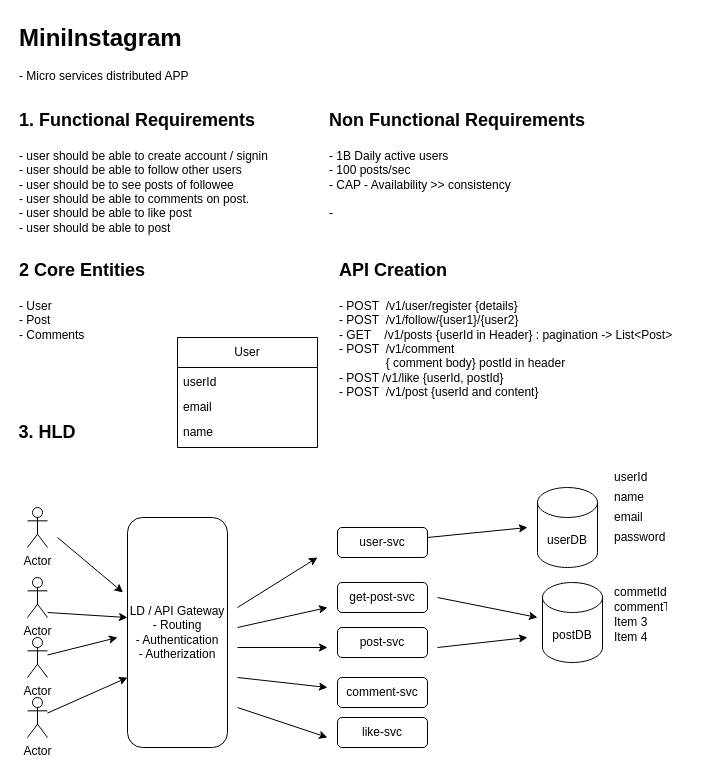
This is my-services.drawio from dksainivkd/new_repo, a draw.io file, before an edit. Source tidied: cells renumbered, new cells numbered last; positions are measured from the earlier drawing's top-left corner, leaving out a move shared by most shapes. Both pictures are drawn from the tidied source at 100%, with x=0, y=0 at pixel (17, 17).
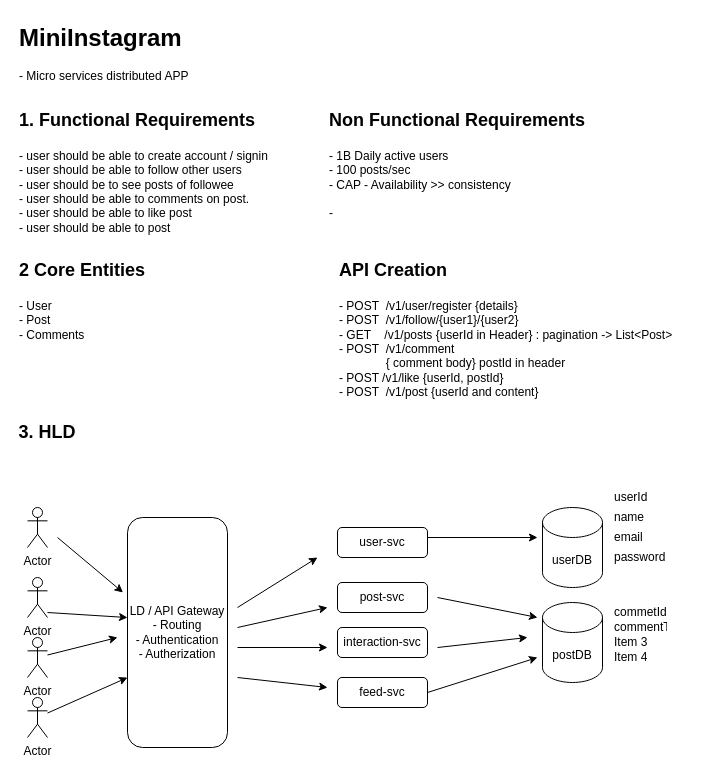
Above is the later version.

Change to the diagram source:
```diff
@@
-    <mxCell id="14" value="post-svc" style="rounded=1;whiteSpace=wrap;html=1;" parent="1" vertex="1">
+    <mxCell id="14" value="interaction-svc" style="rounded=1;whiteSpace=wrap;html=1;" parent="1" vertex="1">
       <mxGeometry x="320" y="610" width="90" height="30" as="geometry" />
     </mxCell>
-    <mxCell id="15" value="get-post-svc" style="rounded=1;whiteSpace=wrap;html=1;" parent="1" vertex="1">
+    <mxCell id="15" value="post-svc" style="rounded=1;whiteSpace=wrap;html=1;" parent="1" vertex="1">
       <mxGeometry x="320" y="565" width="90" height="30" as="geometry" />
     </mxCell>
-    <mxCell id="16" value="comment-svc" style="rounded=1;whiteSpace=wrap;html=1;" parent="1" vertex="1">
+    <mxCell id="16" value="feed-svc" style="rounded=1;whiteSpace=wrap;html=1;" parent="1" vertex="1">
       <mxGeometry x="320" y="660" width="90" height="30" as="geometry" />
     </mxCell>
-    <mxCell id="17" value="like-svc" style="rounded=1;whiteSpace=wrap;html=1;" parent="1" vertex="1">
-      <mxGeometry x="320" y="700" width="90" height="30" as="geometry" />
-    </mxCell>
@@
-    <mxCell id="26" style="endArrow=classic;html=1;rounded=0;" parent="1" edge="1">
-      <mxGeometry relative="1" as="geometry">
-        <mxPoint x="220" y="690" as="sourcePoint" />
-        <mxPoint x="310" y="720" as="targetPoint" />
-      </mxGeometry>
-    </mxCell>
     <mxCell id="27" value="userDB" style="shape=cylinder3;whiteSpace=wrap;html=1;boundedLbl=1;backgroundOutline=1;size=15;" parent="1" vertex="1">
-      <mxGeometry x="520" y="470" width="60" height="80" as="geometry" />
+      <mxGeometry x="525" y="490" width="60" height="80" as="geometry" />
     </mxCell>
     <mxCell id="28" style="endArrow=classic;html=1;rounded=0;" parent="1" edge="1">
       <mxGeometry relative="1" as="geometry">
         <mxPoint x="410" y="520" as="sourcePoint" />
-        <mxPoint x="510" y="510" as="targetPoint" />
+        <mxPoint x="520" y="520" as="targetPoint" />
       </mxGeometry>
     </mxCell>
     <mxCell id="29" value="postDB" style="shape=cylinder3;whiteSpace=wrap;html=1;boundedLbl=1;backgroundOutline=1;size=15;" parent="1" vertex="1">
-      <mxGeometry x="525" y="565" width="60" height="80" as="geometry" />
+      <mxGeometry x="525" y="585" width="60" height="80" as="geometry" />
     </mxCell>
@@
-    <mxCell id="32" value="User" style="swimlane;fontStyle=0;horizontal=1;startSize=30;whiteSpace=wrap;html=1;" parent="1" vertex="1">
-      <mxGeometry x="160" y="320" width="140" height="110" as="geometry" />
-    </mxCell>
-    <mxCell id="33" value="userId" style="text;strokeColor=none;fillColor=none;align=left;verticalAlign=middle;spacingLeft=4;spacingRight=4;overflow=hidden;whiteSpace=wrap;html=1;" parent="32" vertex="1">
-      <mxGeometry y="30" width="140" height="30" as="geometry" />
-    </mxCell>
-    <mxCell id="34" value="email" style="text;strokeColor=none;fillColor=none;align=left;verticalAlign=middle;spacingLeft=4;spacingRight=4;overflow=hidden;whiteSpace=wrap;html=1;" parent="32" vertex="1">
-      <mxGeometry y="60" width="140" height="20" as="geometry" />
-    </mxCell>
-    <mxCell id="35" value="name" style="text;strokeColor=none;fillColor=none;align=left;verticalAlign=middle;spacingLeft=4;spacingRight=4;overflow=hidden;whiteSpace=wrap;html=1;" parent="32" vertex="1">
-      <mxGeometry y="80" width="140" height="30" as="geometry" />
-    </mxCell>
     <mxCell id="36" style="shape=table;startSize=0;childLayout=tableLayout;fontSize=11;fillColor=none;strokeColor=none;" parent="1" vertex="1">
-      <mxGeometry x="590" y="450" width="60" height="80" as="geometry" />
+      <mxGeometry x="590" y="470" width="60" height="80" as="geometry" />
     </mxCell>
@@
     <mxCell id="45" style="shape=table;startSize=0;childLayout=tableLayout;fontSize=11;fillColor=none;strokeColor=none;" parent="1" vertex="1">
-      <mxGeometry x="590" y="565" width="60" height="60" as="geometry" />
+      <mxGeometry x="590" y="585" width="60" height="60" as="geometry" />
     </mxCell>
@@
+    <mxCell id="54" style="endArrow=classic;html=1;rounded=0;exitX=1;exitY=0.5;exitDx=0;exitDy=0;" parent="1" edge="1" source="16">
+      <mxGeometry relative="1" as="geometry">
+        <mxPoint x="520" y="640" as="targetPoint" />
+      </mxGeometry>
+    </mxCell>
```
